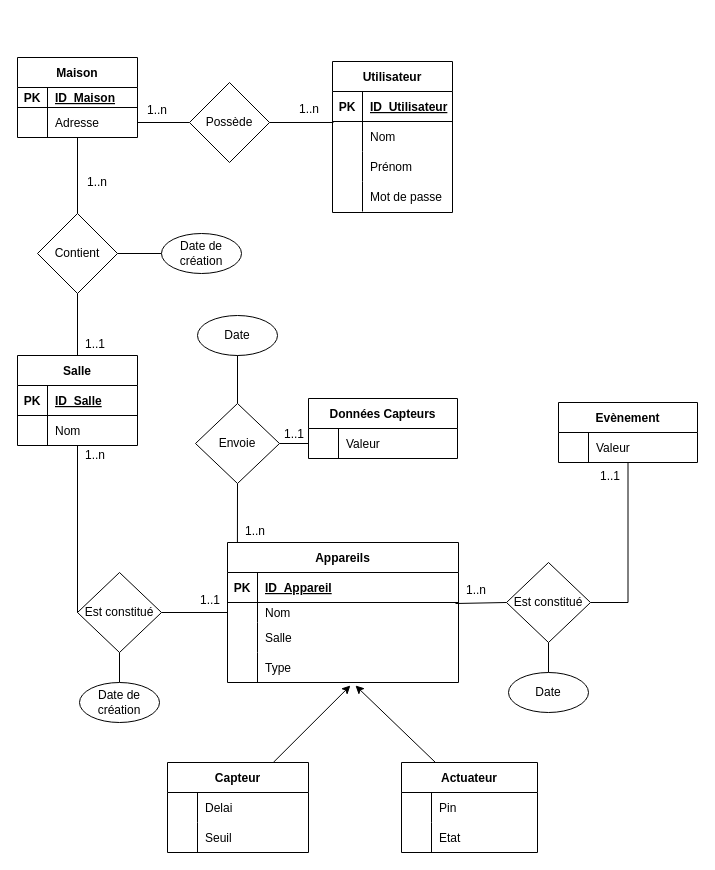
This is Diagramme sans nom.drawio from Elias-djebbour/SmartPhome, a draw.io file, before an edit. Source tidied: cells renumbered, new cells numbered last; positions are measured from the earlier drawing's top-left corner, leaving out a move shared by most shapes. Both pictures are drawn from the tidied source at 100%, with x=0, y=0 at pixel (17, 57).
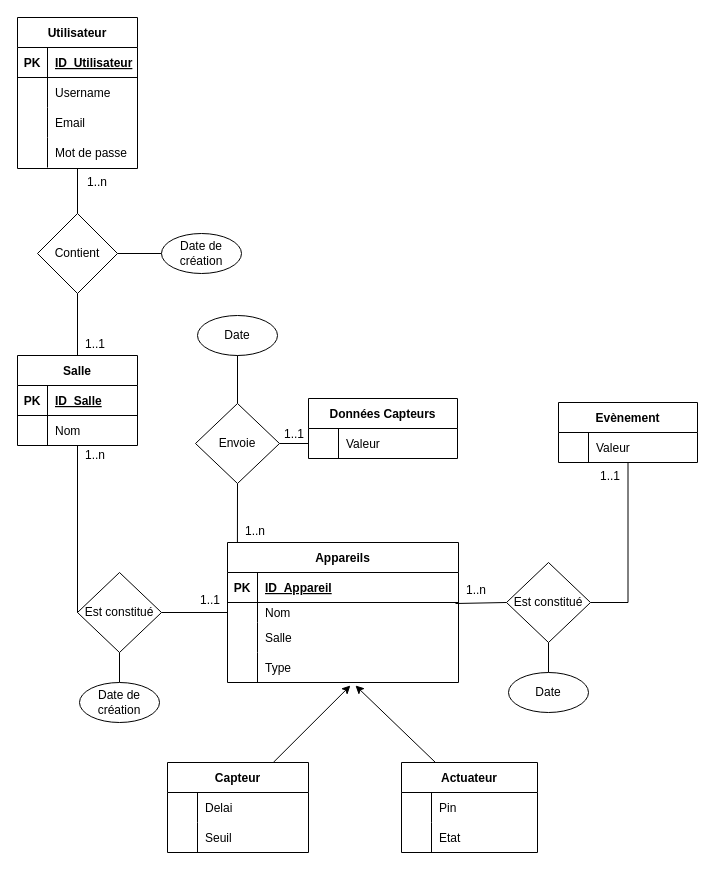
Above is the later version.

Commit message:
Mettre à jour Diagramme sans nom.drawio

The change refers to these unchanged cells:
```xml
<mxCell id="20" style="shape=partialRectangle;fillColor=none;points=[[0,0.5],[1,0.5]];portConstraint=eastwest;top=0;left=0;right=0;bottom=0;" parent="16" vertex="1">
  <mxGeometry y="60" width="120" height="30" as="geometry" />
</mxCell>
<mxCell id="23" style="shape=partialRectangle;fillColor=none;top=0;left=0;right=0;bottom=0;" parent="16" vertex="1">
  <mxGeometry y="90" width="120" height="30" as="geometry" />
</mxCell>
<mxCell id="47" value="Contient" style="rhombus;whiteSpace=wrap;html=1;" parent="1" vertex="1">
  <mxGeometry x="20" y="156" width="80" height="80" as="geometry" />
</mxCell>
```

The edit, as a diff of the source:
```diff
@@
     <mxCell id="16" value="Utilisateur" style="shape=table;startSize=30;childLayout=tableLayout;rowLines=0;fontStyle=1;align=center;" parent="1" vertex="1">
-      <mxGeometry x="315" y="4" width="120" height="151" as="geometry" />
+      <mxGeometry y="-40" width="120" height="151" as="geometry" />
     </mxCell>
@@
-    <mxCell id="22" value="Nom" style="shape=partialRectangle;overflow=hidden;fillColor=none;top=0;left=0;bottom=0;right=0;align=left;spacingLeft=6;" parent="20" vertex="1">
+    <mxCell id="22" value="Username" style="shape=partialRectangle;overflow=hidden;fillColor=none;top=0;left=0;bottom=0;right=0;align=left;spacingLeft=6;" parent="20" vertex="1">
       <mxGeometry x="30" width="90" height="30" as="geometry" />
     </mxCell>
@@
-    <mxCell id="25" value="Prénom" style="shape=partialRectangle;overflow=hidden;fillColor=none;top=0;left=0;bottom=0;right=0;align=left;spacingLeft=6;" parent="23" vertex="1">
+    <mxCell id="25" value="Email" style="shape=partialRectangle;overflow=hidden;fillColor=none;top=0;left=0;bottom=0;right=0;align=left;spacingLeft=6;" parent="23" vertex="1">
       <mxGeometry x="30" width="90" height="30" as="geometry" />
     </mxCell>
@@
-    <mxCell id="29" style="rounded=0;jettySize=auto;html=1;exitX=1;exitY=0.5;exitDx=0;exitDy=0;entryX=0.008;entryY=0.033;entryDx=0;entryDy=0;entryPerimeter=0;endArrow=none;endFill=0;" parent="1" edge="1" source="31" target="20">
-      <mxGeometry relative="1" as="geometry" />
-    </mxCell>
-    <mxCell id="30" style="rounded=0;jettySize=auto;html=1;exitX=0;exitY=0.5;exitDx=0;exitDy=0;endArrow=none;endFill=0;" parent="1" edge="1" source="31" target="36">
-      <mxGeometry relative="1" as="geometry" />
-    </mxCell>
-    <mxCell id="31" value="Possède" style="rhombus;whiteSpace=wrap;html=1;" parent="1" vertex="1">
-      <mxGeometry x="172" y="25" width="80" height="80" as="geometry" />
-    </mxCell>
-    <mxCell id="32" value="Maison" style="shape=table;startSize=30;childLayout=tableLayout;rowLines=0;fontStyle=1;align=center;" parent="1" vertex="1">
-      <mxGeometry width="120" height="80" as="geometry" />
-    </mxCell>
-    <mxCell id="33" style="shape=partialRectangle;fillColor=none;top=0;left=0;right=0;bottom=1;" parent="32" vertex="1">
-      <mxGeometry y="30" width="120" height="20" as="geometry" />
-    </mxCell>
-    <mxCell id="34" value="PK" style="shape=partialRectangle;overflow=hidden;fillColor=none;top=0;left=0;bottom=0;right=0;fontStyle=1;" parent="33" vertex="1">
-      <mxGeometry width="30" height="20" as="geometry" />
-    </mxCell>
-    <mxCell id="35" value="ID_Maison" style="shape=partialRectangle;overflow=hidden;fillColor=none;top=0;left=0;bottom=0;right=0;align=left;spacingLeft=6;fontStyle=5;" parent="33" vertex="1">
-      <mxGeometry x="30" width="90" height="20" as="geometry" />
-    </mxCell>
-    <mxCell id="36" style="shape=partialRectangle;fillColor=none;points=[[0,0.5],[1,0.5]];portConstraint=eastwest;top=0;left=0;right=0;bottom=0;" parent="32" vertex="1">
-      <mxGeometry y="50" width="120" height="30" as="geometry" />
-    </mxCell>
-    <mxCell id="37" style="shape=partialRectangle;overflow=hidden;fillColor=none;top=0;left=0;bottom=0;right=0;" parent="36" vertex="1">
-      <mxGeometry width="30" height="30" as="geometry" />
-    </mxCell>
-    <mxCell id="38" value="Adresse" style="shape=partialRectangle;overflow=hidden;fillColor=none;top=0;left=0;bottom=0;right=0;align=left;spacingLeft=6;" parent="36" vertex="1">
-      <mxGeometry x="30" width="90" height="30" as="geometry" />
-    </mxCell>
@@
-    <mxCell id="48" style="endArrow=none;html=1;rounded=0;exitX=0.5;exitY=0;exitDx=0;exitDy=0;entryX=0.5;entryY=1;entryDx=0;entryDy=0;" parent="1" edge="1" source="47" target="32">
+    <mxCell id="48" style="endArrow=none;html=1;rounded=0;exitX=0.5;exitY=0;exitDx=0;exitDy=0;entryX=0.5;entryY=1;entryDx=0;entryDy=0;" parent="1" edge="1" source="47" target="16">
       <mxGeometry relative="1" as="geometry" />
     </mxCell>
@@
-    <mxCell id="89" value="1..n" style="text;html=1;strokeColor=none;fillColor=none;align=center;verticalAlign=middle;whiteSpace=wrap;rounded=0;" parent="1" vertex="1">
-      <mxGeometry x="110" y="38" width="60" height="30" as="geometry" />
-    </mxCell>
-    <mxCell id="90" value="1..n" style="text;html=1;strokeColor=none;fillColor=none;align=center;verticalAlign=middle;whiteSpace=wrap;rounded=0;" parent="1" vertex="1">
-      <mxGeometry x="262" y="37" width="60" height="30" as="geometry" />
-    </mxCell>
```
